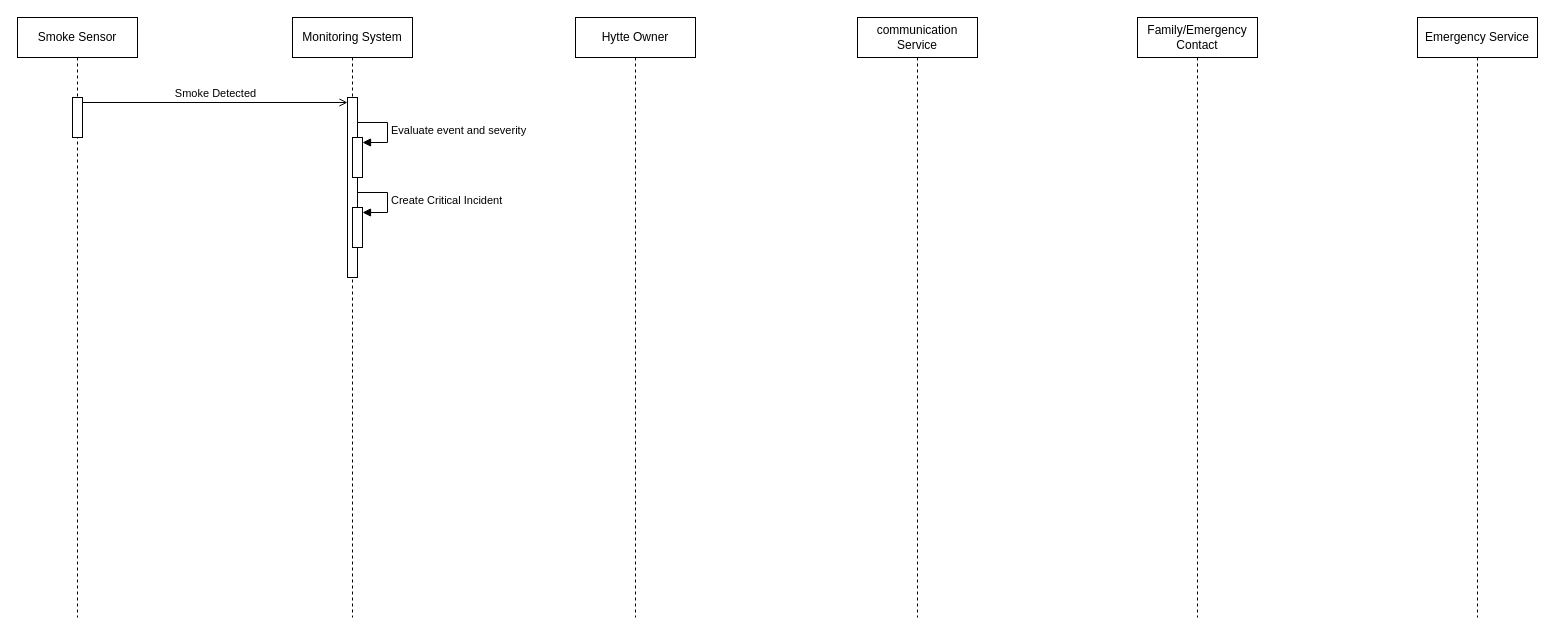
The draw.io diagram model/sequence-diagram.drawio in hytte-monitoring/hytte-monitoring.github.io, before the edit. Source tidied: cells renumbered, new cells numbered last; positions are measured from the earlier drawing's top-left corner, leaving out a move shared by most shapes. Both pictures are drawn from the tidied source at 100%, with x=0, y=0 at pixel (17, 17).
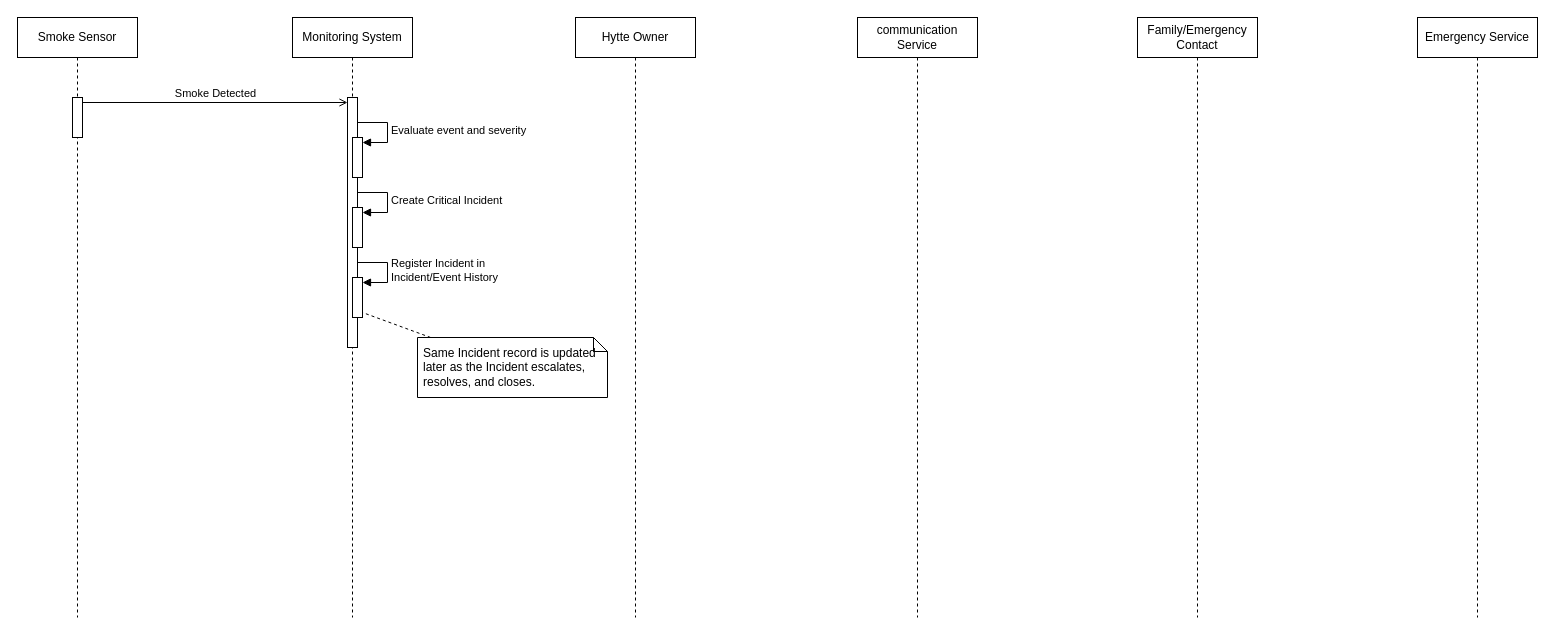
The same page after the edit.

Commit message:
Add history registration to sequence diagram

The change refers to these unchanged cells:
```xml
<mxCell id="4" value="Monitoring System" style="shape=umlLifeline;perimeter=lifelinePerimeter;whiteSpace=wrap;html=1;newEdgeStyle={&quot;curved&quot;:0,&quot;rounded&quot;:0};size=40;" parent="1" vertex="1">
  <mxGeometry x="275" width="120" height="600" as="geometry" />
</mxCell>
```

What changed in the source:
```diff
@@
     <mxCell id="5" style="html=1;points=[[0,0,0,0,5],[0,1,0,0,-5],[1,0,0,0,5],[1,1,0,0,-5]];perimeter=orthogonalPerimeter;outlineConnect=0;targetShapes=umlLifeline;portConstraint=eastwest;newEdgeStyle={&quot;curved&quot;:0,&quot;rounded&quot;:0};" parent="4" vertex="1">
-      <mxGeometry x="55" y="80" width="10" height="180" as="geometry" />
+      <mxGeometry x="55" y="80" width="10" height="250" as="geometry" />
     </mxCell>
@@
+    <mxCell id="15" style="html=1;points=[[0,0,0,0,5],[0,1,0,0,-5],[1,0,0,0,5],[1,1,0,0,-5]];perimeter=orthogonalPerimeter;outlineConnect=0;targetShapes=umlLifeline;portConstraint=eastwest;newEdgeStyle={&quot;curved&quot;:0,&quot;rounded&quot;:0};" parent="4" vertex="1">
+      <mxGeometry x="60" y="260" width="10" height="40" as="geometry" />
+    </mxCell>
@@
+    <mxCell id="16" value="Register Incident in&lt;br&gt;Incident/Event History" style="html=1;align=left;spacingLeft=2;endArrow=block;curved=0;rounded=0;exitX=1;exitY=0;exitDx=0;exitDy=165;entryX=1;entryY=0;entryDx=0;entryDy=5;" parent="1" edge="1" source="5" target="15">
+      <mxGeometry relative="1" as="geometry">
+        <Array as="points">
+          <mxPoint x="370" y="245" />
+          <mxPoint x="370" y="265" />
+        </Array>
+      </mxGeometry>
+    </mxCell>
+    <mxCell id="17" value="Same Incident record is updated later as the Incident escalates, resolves, and closes." style="shape=note;whiteSpace=wrap;html=1;size=14;align=left;spacingLeft=4;" parent="1" vertex="1">
+      <mxGeometry x="400" y="320" width="190" height="60" as="geometry" />
+    </mxCell>
+    <mxCell id="18" style="html=1;endArrow=none;dashed=1;curved=0;rounded=0;entryX=1;entryY=1;entryDx=0;entryDy=-5;" parent="1" edge="1" source="17" target="15">
+      <mxGeometry relative="1" as="geometry" />
+    </mxCell>
```
